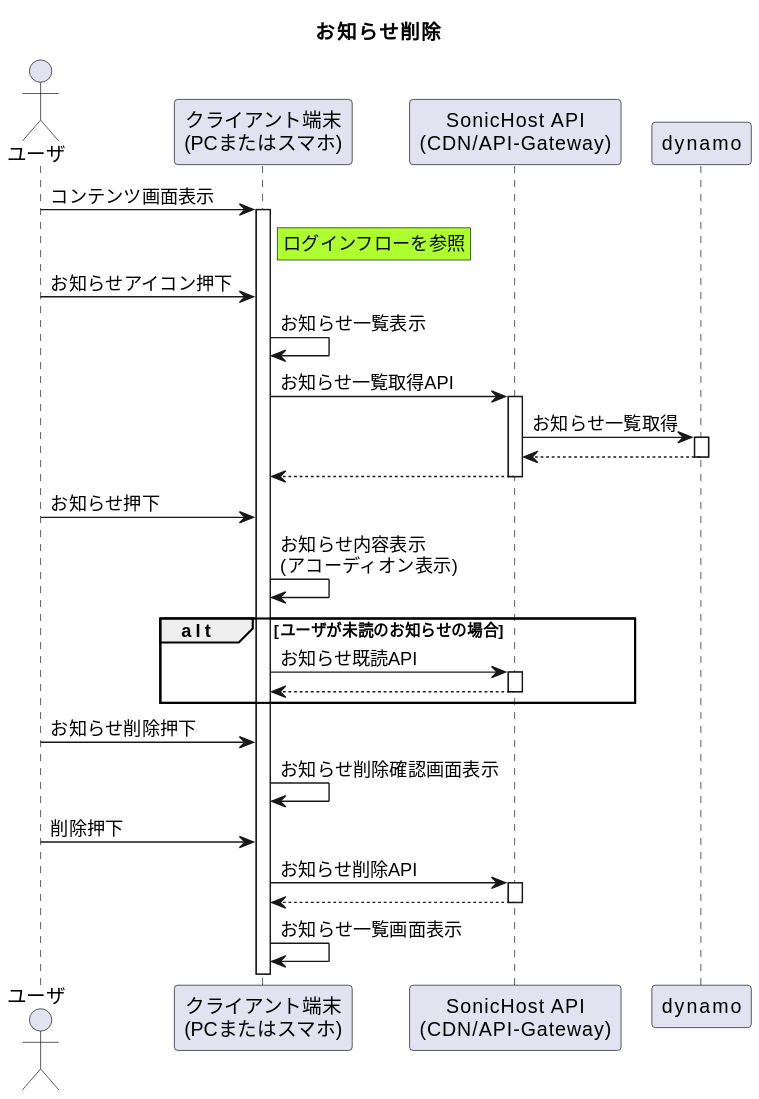
This is 01_Sequences/04_Notification/02_deleteNotificationFlow/deleteNotificationFlow.svg from Sonic-Host/documents, a PlantUML export, as it was before one commit.
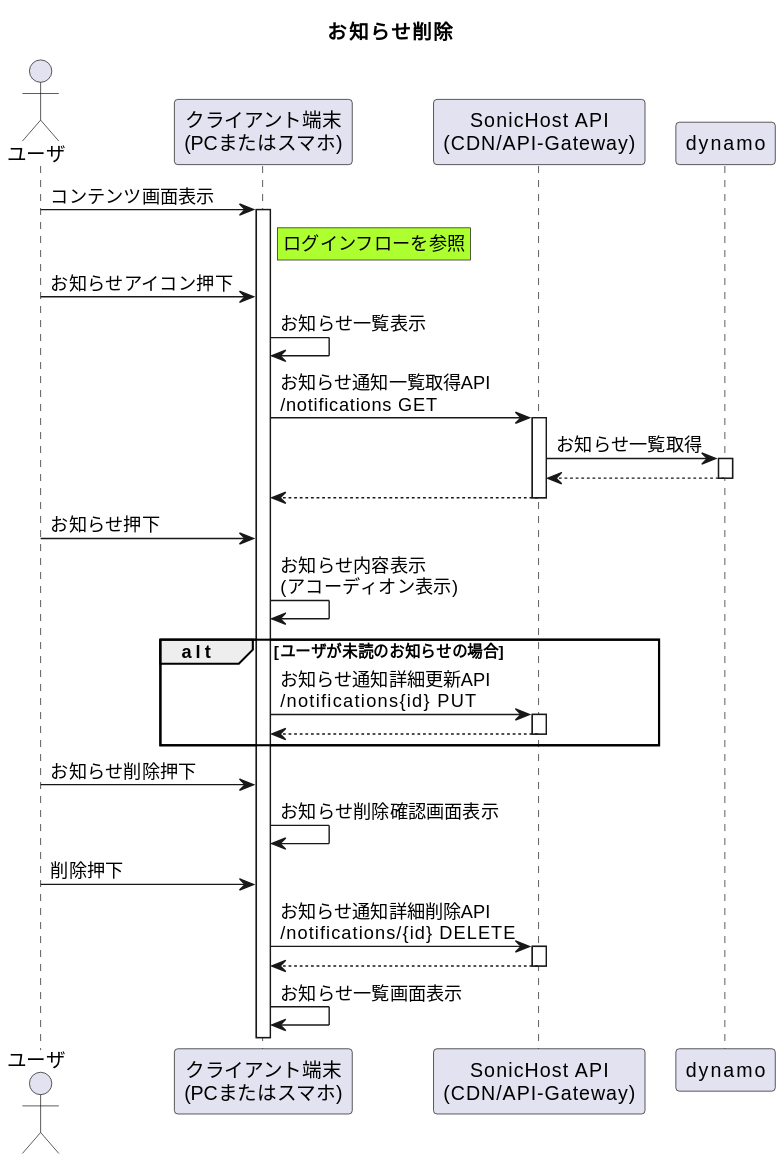
After the change.

The edit, as a diff of the source:
```diff
@@ -11,20 +11,20 @@
 end note
 user -> device : お知らせアイコン押下
 device -> device : お知らせ一覧表示
-device -> api ++ : お知らせ一覧取得API
+device -> api ++ : お知らせ通知一覧取得API \n/notifications GET
 api -> dynamo ++ : お知らせ一覧取得
 api <-- dynamo --
 device <-- api --
 user -> device : お知らせ押下
 device -> device : お知らせ内容表示\n(アコーディオン表示)
 alt ユーザが未読のお知らせの場合
-    device -> api ++ : お知らせ既読API
+    device -> api ++ : お知らせ通知詳細更新API \n/notifications{id} PUT
     device <-- api --
 end
 user -> device : お知らせ削除押下
 device -> device : お知らせ削除確認画面表示
 user -> device : 削除押下
-device -> api ++ : お知らせ削除API
+device -> api ++ : お知らせ通知詳細削除API \n/notifications/{id} DELETE
 device <-- api --
 device -> device : お知らせ一覧画面表示
 @enduml
```
